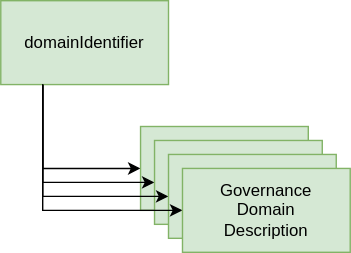
Before: site/docs/guides/planning/governance-program/governance-domain-definitions.svg, a diagram exported from draw.io (odpi/egeria-docs). Source tidied: cells renumbered, new cells last; positions are measured from the earlier drawing's top-left corner, leaving out a move shared by most shapes.
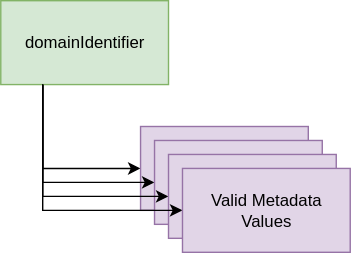
The same file after the commit.

Diff of the diagram source:
```diff
@@ -8,25 +8,25 @@
     <mxCell id="3" value="domainIdentifier" style="rounded=0;whiteSpace=wrap;html=1;fillColor=#d5e8d4;strokeColor=#82b366;" parent="1" vertex="1">
       <mxGeometry width="120" height="60" as="geometry" />
     </mxCell>
-    <mxCell id="4" value="Governance&lt;br&gt;Domain&lt;br&gt;Definition" style="rounded=0;whiteSpace=wrap;html=1;fillColor=#d5e8d4;strokeColor=#82b366;" parent="1" vertex="1">
+    <mxCell id="4" value="Governance&lt;br&gt;Domain&lt;br&gt;Definition" style="rounded=0;whiteSpace=wrap;html=1;fillColor=#e1d5e7;strokeColor=#9673a6;" parent="1" vertex="1">
       <mxGeometry x="100" y="90" width="120" height="60" as="geometry" />
     </mxCell>
     <mxCell id="5" style="edgeStyle=orthogonalEdgeStyle;rounded=0;jettySize=auto;html=1;exitX=0.25;exitY=1;exitDx=0;exitDy=0;entryX=0;entryY=0.5;entryDx=0;entryDy=0;" parent="1" edge="1" source="3" target="6">
       <mxGeometry relative="1" as="geometry" />
     </mxCell>
-    <mxCell id="6" value="Governance&lt;br&gt;Domain&lt;br&gt;Definition" style="rounded=0;whiteSpace=wrap;html=1;fillColor=#d5e8d4;strokeColor=#82b366;" parent="1" vertex="1">
+    <mxCell id="6" value="Governance&lt;br&gt;Domain&lt;br&gt;Definition" style="rounded=0;whiteSpace=wrap;html=1;fillColor=#e1d5e7;strokeColor=#9673a6;" parent="1" vertex="1">
       <mxGeometry x="110" y="100" width="120" height="60" as="geometry" />
     </mxCell>
     <mxCell id="7" style="edgeStyle=orthogonalEdgeStyle;rounded=0;jettySize=auto;html=1;exitX=0.25;exitY=1;exitDx=0;exitDy=0;entryX=0;entryY=0.5;entryDx=0;entryDy=0;" parent="1" edge="1" source="3" target="8">
       <mxGeometry relative="1" as="geometry" />
     </mxCell>
-    <mxCell id="8" value="Governance&lt;br&gt;Domain&lt;br&gt;Definition" style="rounded=0;whiteSpace=wrap;html=1;fillColor=#d5e8d4;strokeColor=#82b366;" parent="1" vertex="1">
+    <mxCell id="8" value="Governance&lt;br&gt;Domain&lt;br&gt;Definition" style="rounded=0;whiteSpace=wrap;html=1;fillColor=#e1d5e7;strokeColor=#9673a6;" parent="1" vertex="1">
       <mxGeometry x="120" y="110" width="120" height="60" as="geometry" />
     </mxCell>
     <mxCell id="9" style="edgeStyle=orthogonalEdgeStyle;rounded=0;jettySize=auto;html=1;exitX=0.25;exitY=1;exitDx=0;exitDy=0;entryX=0;entryY=0.5;entryDx=0;entryDy=0;" parent="1" edge="1" source="3" target="10">
       <mxGeometry relative="1" as="geometry" />
     </mxCell>
-    <mxCell id="10" value="Governance&lt;br&gt;Domain&lt;br&gt;Description" style="rounded=0;whiteSpace=wrap;html=1;fillColor=#d5e8d4;strokeColor=#82b366;" parent="1" vertex="1">
+    <mxCell id="10" value="Valid Metadata Values" style="rounded=0;whiteSpace=wrap;html=1;fillColor=#e1d5e7;strokeColor=#9673a6;" parent="1" vertex="1">
       <mxGeometry x="130" y="120" width="120" height="60" as="geometry" />
     </mxCell>
   </root>
```
